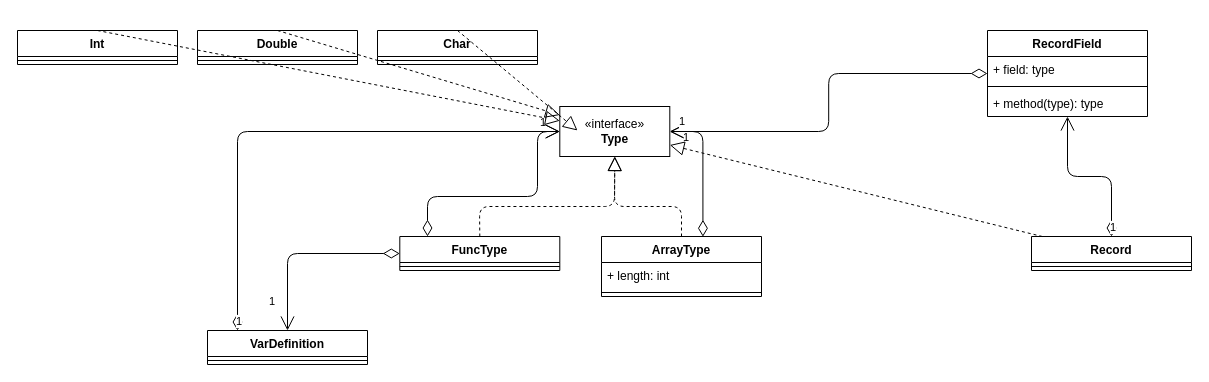
Above: page "Type" (4 of 5) of Lab1/ClassDiagram.drawio in themrcesi/C--Compiler (draw.io), before the change. Source tidied: cells renumbered, new cells numbered last; positions are measured from the earlier drawing's top-left corner, leaving out a move shared by most shapes. Both pictures are drawn from the tidied source at 100%, with x=0, y=0 at pixel (17, 30).
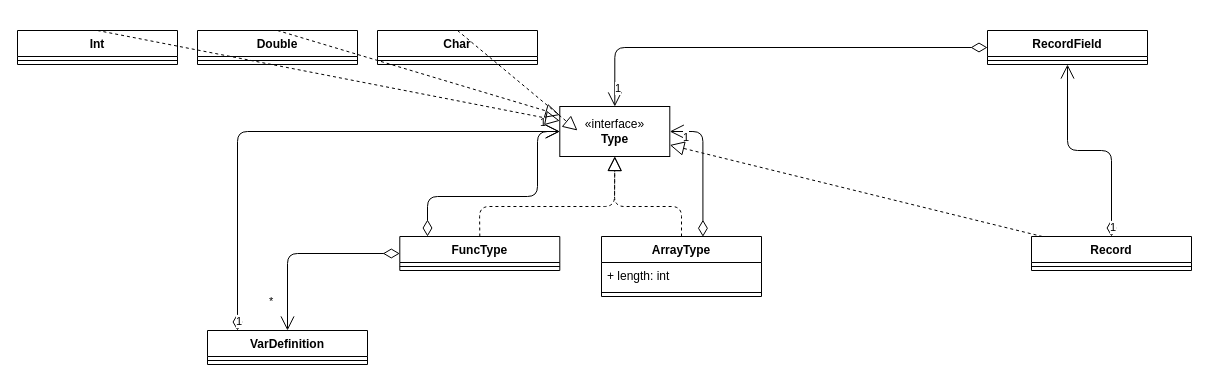
The same diagram, later.

Unchanged cells that the change refers to:
```xml
<mxCell id="9" value="FuncType" style="swimlane;fontStyle=1;align=center;verticalAlign=top;horizontal=1;startSize=26;" parent="1" vertex="1">
  <mxGeometry x="382.3" y="206" width="160" height="34" as="geometry" />
</mxCell>
<mxCell id="23" value="VarDefinition" style="swimlane;fontStyle=1;align=center;verticalAlign=top;horizontal=1;startSize=26;" parent="1" vertex="1">
  <mxGeometry x="190" y="300" width="160" height="34" as="geometry" />
</mxCell>
```

Diff of the diagram source:
```diff
@@
-    <mxCell id="25" value="1" style="endArrow=open;html=1;endSize=12;startArrow=diamondThin;startSize=14;startFill=0;edgeStyle=orthogonalEdgeStyle;align=left;verticalAlign=bottom;" parent="1" edge="1" source="9" target="23">
+    <mxCell id="25" value="*" style="endArrow=open;html=1;endSize=12;startArrow=diamondThin;startSize=14;startFill=0;edgeStyle=orthogonalEdgeStyle;align=left;verticalAlign=bottom;" parent="1" edge="1" source="9" target="23">
       <mxGeometry x="0.79" y="-20" relative="1" as="geometry" />
     </mxCell>
@@
     <mxCell id="28" value="RecordField" style="swimlane;fontStyle=1;align=center;verticalAlign=top;horizontal=1;startSize=26;" parent="1" vertex="1">
-      <mxGeometry x="970" width="160" height="86" as="geometry" />
+      <mxGeometry x="970" width="160" height="34" as="geometry" />
     </mxCell>
-    <mxCell id="29" value="+ field: type" style="text;strokeColor=none;fillColor=none;align=left;verticalAlign=top;spacingLeft=4;spacingRight=4;overflow=hidden;" parent="28" vertex="1">
-      <mxGeometry y="26" width="160" height="26" as="geometry" />
-    </mxCell>
     <mxCell id="30" style="line;strokeWidth=1;fillColor=none;align=left;verticalAlign=middle;spacingTop=-1;spacingLeft=3;spacingRight=3;labelPosition=right;" parent="28" vertex="1">
-      <mxGeometry y="52" width="160" height="8" as="geometry" />
+      <mxGeometry y="26" width="160" height="8" as="geometry" />
     </mxCell>
-    <mxCell id="31" value="+ method(type): type" style="text;strokeColor=none;fillColor=none;align=left;verticalAlign=top;spacingLeft=4;spacingRight=4;overflow=hidden;" parent="28" vertex="1">
-      <mxGeometry y="60" width="160" height="26" as="geometry" />
-    </mxCell>
```
